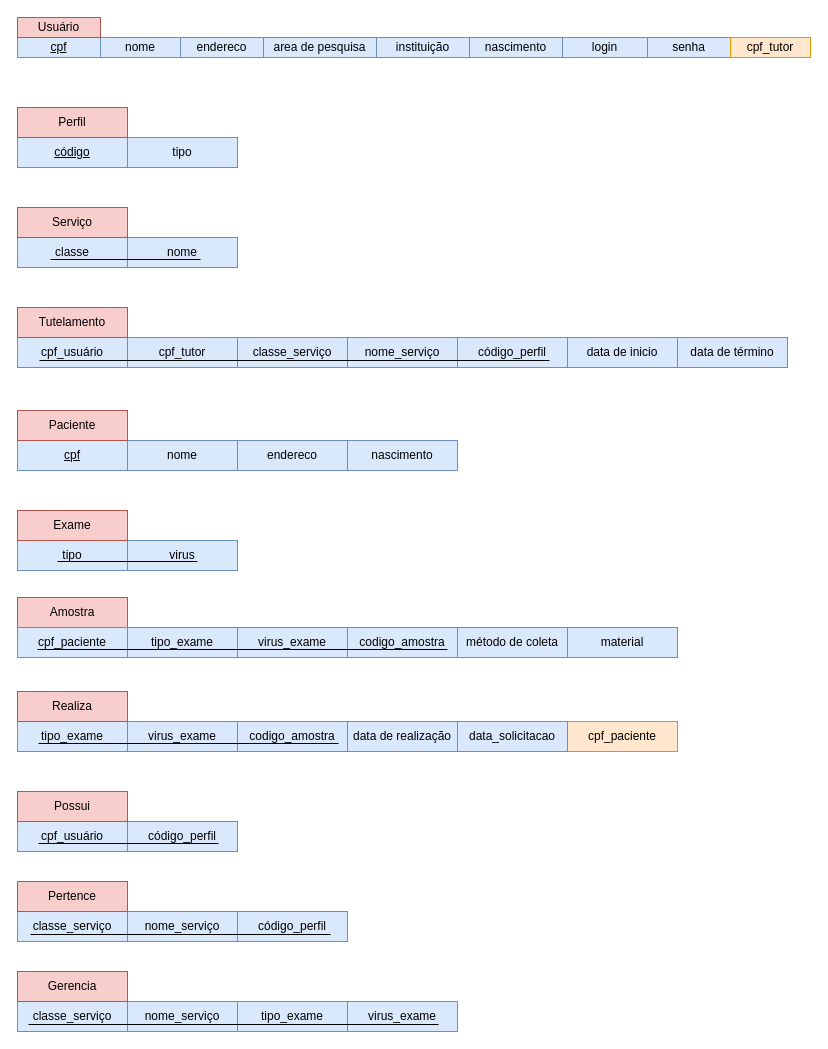
The draw.io diagram page "Lógico" (2 of 2) of modelo.drawio in rodorgas/labjef, before the edit. Source tidied: cells renumbered, new cells numbered last; positions are measured from the earlier drawing's top-left corner, leaving out a move shared by most shapes. Both pictures are drawn from the tidied source at 100%, with x=0, y=0 at pixel (17, 17).
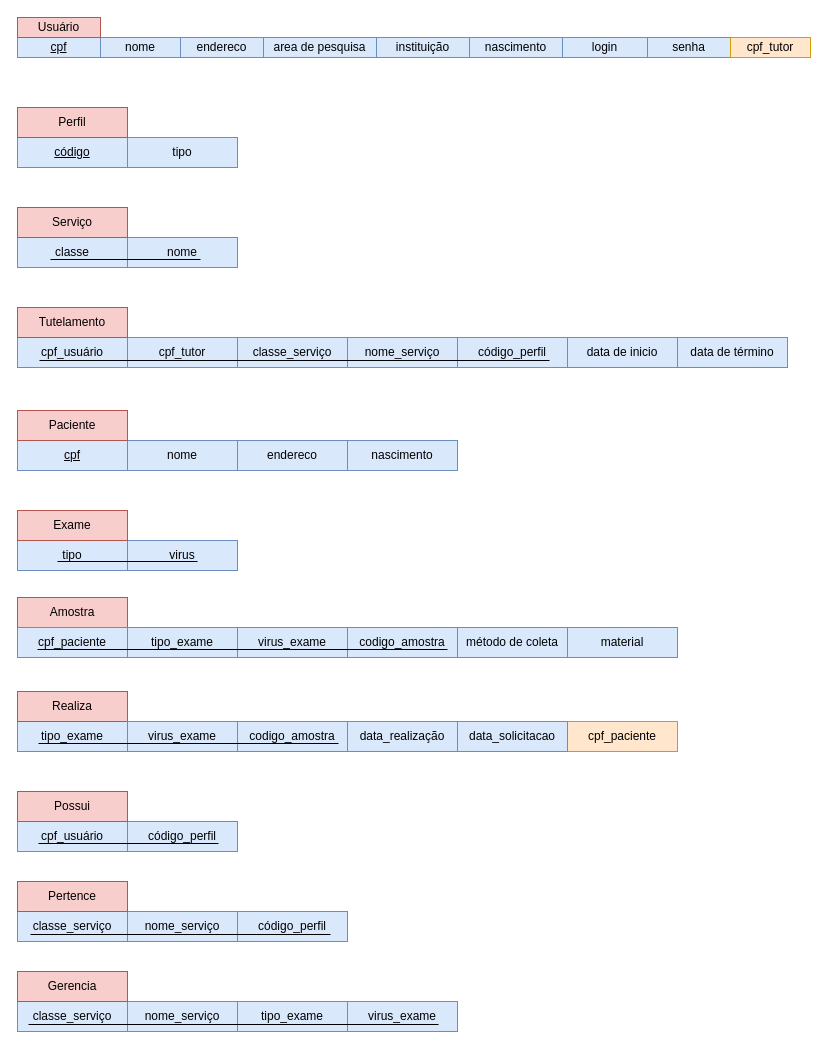
The same page after the edit.

The edit, as a diff of the source:
```diff
@@
-    <mxCell id="50" value="data de realização" style="rounded=0;whiteSpace=wrap;html=1;fillColor=#dae8fc;strokeColor=#6c8ebf;" parent="1" vertex="1">
+    <mxCell id="50" value="data_realização" style="rounded=0;whiteSpace=wrap;html=1;fillColor=#dae8fc;strokeColor=#6c8ebf;" parent="1" vertex="1">
       <mxGeometry x="330" y="704" width="110" height="30" as="geometry" />
     </mxCell>
```
